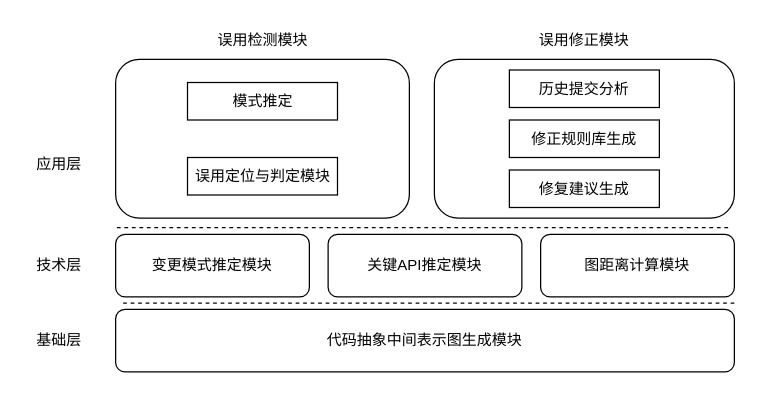
The draw.io diagram 新整体架构.drawio in ToJ112/pic-md, before the edit. Source tidied: cells renumbered, new cells numbered last; positions are measured from the earlier drawing's top-left corner, leaving out a move shared by most shapes. Both pictures are drawn from the tidied source at 125%, with x=0, y=0 at pixel (21, 21).
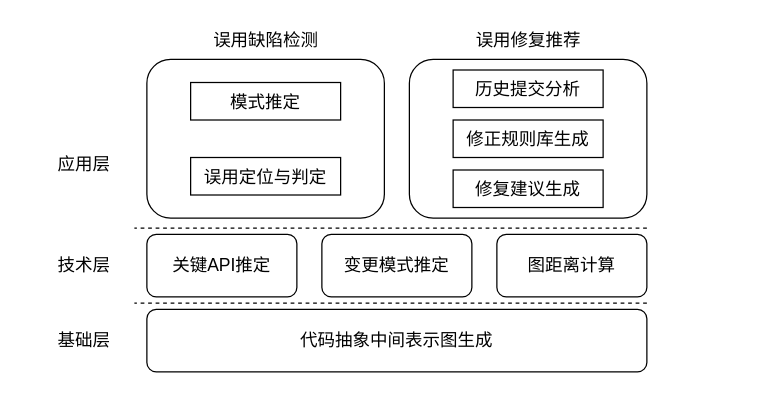
Above is the later version.

Commit message (it also covers changes not shown here):
更新新整体架构.drawio

The edit, as a diff of the source:
```diff
@@
-    <mxCell id="2" style="rounded=1;whiteSpace=wrap;html=1;fontFamily=宋体-简;" parent="1" vertex="1">
-      <mxGeometry x="330" y="30" width="240" height="127" as="geometry" />
-    </mxCell>
+    <mxCell id="20" style="rounded=1;whiteSpace=wrap;html=1;fontFamily=宋体-简;fontSize=14;" parent="1" vertex="1">
+      <mxGeometry x="310" y="30" width="190" height="127" as="geometry" />
+    </mxCell>
-    <mxCell id="3" style="rounded=1;whiteSpace=wrap;html=1;fontFamily=宋体-简;" parent="1" vertex="1">
-      <mxGeometry x="75" y="30" width="235" height="127" as="geometry" />
+    <mxCell id="3" style="rounded=1;whiteSpace=wrap;html=1;fontFamily=宋体-简;fontSize=14;" parent="1" vertex="1">
+      <mxGeometry x="100" y="30" width="190" height="127" as="geometry" />
     </mxCell>
-    <mxCell id="4" value="历史提交分析" style="rounded=0;whiteSpace=wrap;html=1;fontFamily=宋体-简;" parent="1" vertex="1">
-      <mxGeometry x="390" y="38.5" width="120" height="30" as="geometry" />
+    <mxCell id="4" value="历史提交分析" style="rounded=0;whiteSpace=wrap;html=1;fontFamily=宋体-简;fontSize=14;" parent="1" vertex="1">
+      <mxGeometry x="345" y="38.5" width="120" height="30" as="geometry" />
     </mxCell>
-    <mxCell id="5" value="修复建议生成" style="rounded=0;whiteSpace=wrap;html=1;fontFamily=宋体-简;" parent="1" vertex="1">
-      <mxGeometry x="390" y="118.5" width="120" height="30" as="geometry" />
+    <mxCell id="5" value="修复建议生成" style="rounded=0;whiteSpace=wrap;html=1;fontFamily=宋体-简;fontSize=14;" parent="1" vertex="1">
+      <mxGeometry x="345" y="118.5" width="120" height="30" as="geometry" />
     </mxCell>
-    <mxCell id="6" value="误用定位与判定模块" style="rounded=0;whiteSpace=wrap;html=1;fontFamily=宋体-简;" parent="1" vertex="1">
-      <mxGeometry x="132.5" y="108.5" width="120" height="30" as="geometry" />
+    <mxCell id="6" value="误用定位与判定" style="rounded=0;whiteSpace=wrap;html=1;fontFamily=宋体-简;fontSize=14;" parent="1" vertex="1">
+      <mxGeometry x="135" y="108.5" width="120" height="30" as="geometry" />
     </mxCell>
-    <mxCell id="7" value="误用检测模块" style="text;html=1;align=center;verticalAlign=middle;whiteSpace=wrap;rounded=0;fontFamily=宋体-简;" parent="1" vertex="1">
-      <mxGeometry x="152.5" width="80" height="30" as="geometry" />
+    <mxCell id="7" value="误用缺陷检测" style="text;html=1;align=center;verticalAlign=middle;whiteSpace=wrap;rounded=0;fontFamily=宋体-简;fontSize=14;" parent="1" vertex="1">
+      <mxGeometry x="142.5" width="105" height="30" as="geometry" />
     </mxCell>
-    <mxCell id="8" value="误用修正模块" style="text;html=1;align=center;verticalAlign=middle;whiteSpace=wrap;rounded=0;fontFamily=宋体-简;" parent="1" vertex="1">
-      <mxGeometry x="410" width="80" height="30" as="geometry" />
+    <mxCell id="8" value="误用修复推荐" style="text;html=1;align=center;verticalAlign=middle;whiteSpace=wrap;rounded=0;fontFamily=宋体-简;fontSize=14;" parent="1" vertex="1">
+      <mxGeometry x="357.5" width="95" height="30" as="geometry" />
     </mxCell>
-    <mxCell id="9" value="代码抽象中间表示图生成模块" style="rounded=1;whiteSpace=wrap;html=1;fontFamily=宋体-简;" parent="1" vertex="1">
-      <mxGeometry x="75" y="230" width="495" height="50" as="geometry" />
+    <mxCell id="9" value="代码抽象中间表示图生成" style="rounded=1;whiteSpace=wrap;html=1;fontFamily=宋体-简;fontSize=14;" parent="1" vertex="1">
+      <mxGeometry x="100" y="230" width="400" height="50" as="geometry" />
     </mxCell>
-    <mxCell id="10" value="变更模式推定模块" style="rounded=1;whiteSpace=wrap;html=1;fontFamily=宋体-简;" parent="1" vertex="1">
-      <mxGeometry x="75" y="170" width="155" height="50" as="geometry" />
+    <mxCell id="10" value="变更模式推定" style="rounded=1;whiteSpace=wrap;html=1;fontFamily=宋体-简;fontSize=14;" parent="1" vertex="1">
+      <mxGeometry x="240" y="170" width="120" height="50" as="geometry" />
     </mxCell>
-    <mxCell id="11" value="关键API推定模块" style="rounded=1;whiteSpace=wrap;html=1;fontFamily=宋体-简;" parent="1" vertex="1">
-      <mxGeometry x="245" y="170" width="155" height="50" as="geometry" />
+    <mxCell id="11" value="关键API推定" style="rounded=1;whiteSpace=wrap;html=1;fontFamily=宋体-简;fontSize=14;" parent="1" vertex="1">
+      <mxGeometry x="100" y="170" width="120" height="50" as="geometry" />
     </mxCell>
-    <mxCell id="12" value="图距离计算模块" style="rounded=1;whiteSpace=wrap;html=1;fontFamily=宋体-简;" parent="1" vertex="1">
-      <mxGeometry x="415" y="170" width="155" height="50" as="geometry" />
+    <mxCell id="12" value="图距离计算" style="rounded=1;whiteSpace=wrap;html=1;fontFamily=宋体-简;fontSize=14;" parent="1" vertex="1">
+      <mxGeometry x="380" y="170" width="120" height="50" as="geometry" />
     </mxCell>
-    <mxCell id="13" style="endArrow=none;dashed=1;html=1;rounded=0;fontFamily=宋体-简;" parent="1" edge="1">
+    <mxCell id="13" style="endArrow=none;dashed=1;html=1;rounded=0;fontFamily=宋体-简;fontSize=14;" parent="1" edge="1">
       <mxGeometry relative="1" as="geometry">
-        <mxPoint x="565" y="164.5" as="sourcePoint" />
-        <mxPoint x="75" y="164.5" as="targetPoint" />
+        <mxPoint x="500" y="165" as="sourcePoint" />
+        <mxPoint x="90" y="165" as="targetPoint" />
       </mxGeometry>
     </mxCell>
     <mxCell id="14" style="endArrow=none;dashed=1;html=1;rounded=0;fontFamily=宋体-简;" parent="1" edge="1">
       <mxGeometry relative="1" as="geometry">
-        <mxPoint x="570" y="225" as="sourcePoint" />
-        <mxPoint x="80" y="225" as="targetPoint" />
+        <mxPoint x="500" y="225" as="sourcePoint" />
+        <mxPoint x="90" y="225" as="targetPoint" />
       </mxGeometry>
     </mxCell>
-    <mxCell id="15" value="基础层" style="text;html=1;align=center;verticalAlign=middle;whiteSpace=wrap;rounded=0;fontFamily=宋体-简;" parent="1" vertex="1">
-      <mxGeometry y="240" width="60" height="30" as="geometry" />
+    <mxCell id="15" value="基础层" style="text;html=1;align=center;verticalAlign=middle;whiteSpace=wrap;rounded=0;fontFamily=宋体-简;fontSize=14;" parent="1" vertex="1">
+      <mxGeometry x="20" y="240" width="60" height="30" as="geometry" />
     </mxCell>
-    <mxCell id="16" value="技术层" style="text;html=1;align=center;verticalAlign=middle;whiteSpace=wrap;rounded=0;fontFamily=宋体-简;" parent="1" vertex="1">
-      <mxGeometry y="180" width="60" height="30" as="geometry" />
+    <mxCell id="16" value="技术层" style="text;html=1;align=center;verticalAlign=middle;whiteSpace=wrap;rounded=0;fontFamily=宋体-简;fontSize=14;" parent="1" vertex="1">
+      <mxGeometry x="20" y="180" width="60" height="30" as="geometry" />
     </mxCell>
-    <mxCell id="17" value="应用层" style="text;html=1;align=center;verticalAlign=middle;whiteSpace=wrap;rounded=0;fontFamily=宋体-简;" parent="1" vertex="1">
-      <mxGeometry y="98.5" width="60" height="30" as="geometry" />
+    <mxCell id="17" value="应用层" style="text;html=1;align=center;verticalAlign=middle;whiteSpace=wrap;rounded=0;fontFamily=宋体-简;fontSize=14;" parent="1" vertex="1">
+      <mxGeometry x="20" y="98.5" width="60" height="30" as="geometry" />
     </mxCell>
-    <mxCell id="18" value="模式推定" style="rounded=0;whiteSpace=wrap;html=1;fontFamily=宋体-简;" parent="1" vertex="1">
-      <mxGeometry x="132.5" y="48.5" width="120" height="30" as="geometry" />
+    <mxCell id="18" value="模式推定" style="rounded=0;whiteSpace=wrap;html=1;fontFamily=宋体-简;fontSize=14;" parent="1" vertex="1">
+      <mxGeometry x="135" y="48.5" width="120" height="30" as="geometry" />
     </mxCell>
-    <mxCell id="19" value="修正规则库生成" style="rounded=0;whiteSpace=wrap;html=1;fontFamily=宋体-简;" parent="1" vertex="1">
-      <mxGeometry x="390" y="78.5" width="120" height="30" as="geometry" />
+    <mxCell id="19" value="修正规则库生成" style="rounded=0;whiteSpace=wrap;html=1;fontFamily=宋体-简;fontSize=14;" parent="1" vertex="1">
+      <mxGeometry x="345" y="78.5" width="120" height="30" as="geometry" />
     </mxCell>
```
